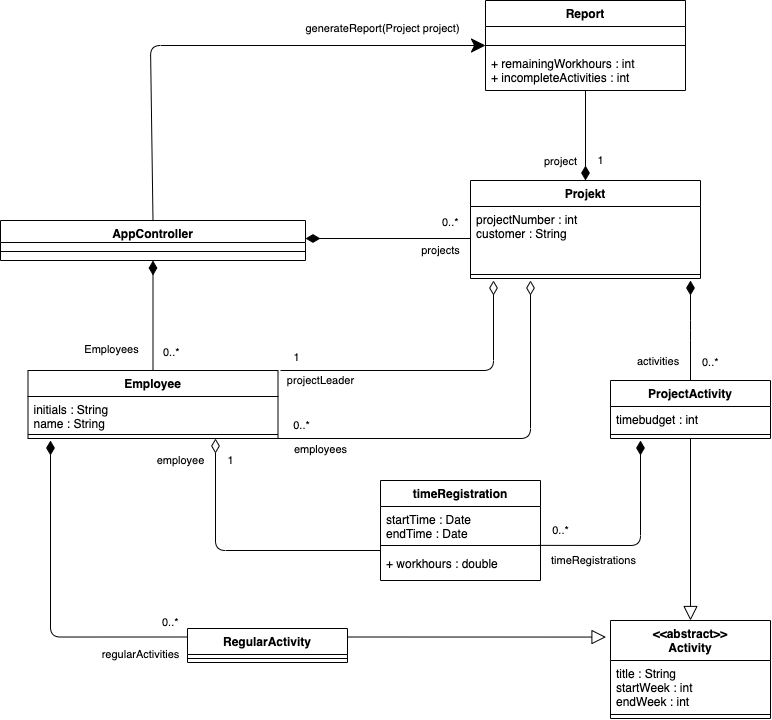
rwiuff/02161ExamProject keeps this draw.io diagram as RequirementsAndDesign/Diagrams/Klassediagram_eng.png. Above is the earlier version. Source tidied: cells renumbered, new cells last; positions are measured from the earlier drawing's top-left corner, leaving out a move shared by most shapes.
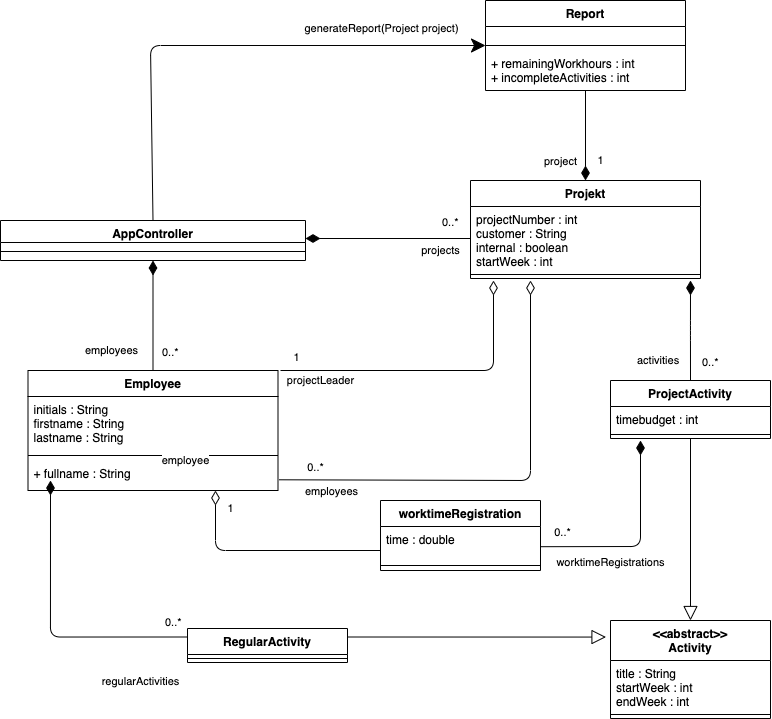
Later version of the same file.

Commit message:
uml ændringer

What changed in the source:
```diff
@@ -23,7 +23,7 @@
     <mxCell id="8" value="Projekt" style="swimlane;fontStyle=1;align=center;verticalAlign=top;horizontal=1;startSize=26;" parent="1" vertex="1">
       <mxGeometry x="470" y="180" width="230" height="98" as="geometry" />
     </mxCell>
-    <mxCell id="9" value="projectNumber : int&#10;customer : String&#10;" style="text;strokeColor=none;fillColor=none;align=left;verticalAlign=top;spacingLeft=4;spacingRight=4;overflow=hidden;" parent="8" vertex="1">
+    <mxCell id="9" value="projectNumber : int&#10;customer : String&#10;internal : boolean&#10;startWeek : int&#10;" style="text;strokeColor=none;fillColor=none;align=left;verticalAlign=top;spacingLeft=4;spacingRight=4;overflow=hidden;" parent="8" vertex="1">
       <mxGeometry y="26" width="230" height="64" as="geometry" />
     </mxCell>
     <mxCell id="10" style="line;strokeWidth=1;fillColor=none;align=left;verticalAlign=middle;spacingTop=-1;spacingLeft=3;spacingRight=3;labelPosition=right;strokeColor=inherit;" parent="8" vertex="1">
@@ -69,17 +69,20 @@
       </mxGeometry>
     </mxCell>
     <mxCell id="22" value="Employee" style="swimlane;fontStyle=1;align=center;verticalAlign=top;horizontal=1;startSize=26;" parent="1" vertex="1">
-      <mxGeometry x="27.5" y="370" width="250" height="68" as="geometry" />
+      <mxGeometry x="27.5" y="370" width="250" height="120" as="geometry" />
     </mxCell>
-    <mxCell id="23" value="initials : String&#10;name : String&#10;" style="text;strokeColor=none;fillColor=none;align=left;verticalAlign=top;spacingLeft=4;spacingRight=4;overflow=hidden;" parent="22" vertex="1">
-      <mxGeometry y="26" width="250" height="34" as="geometry" />
+    <mxCell id="23" value="initials : String&#10;firstname : String&#10;lastname : String&#10;" style="text;strokeColor=none;fillColor=none;align=left;verticalAlign=top;spacingLeft=4;spacingRight=4;overflow=hidden;" parent="22" vertex="1">
+      <mxGeometry y="26" width="250" height="54" as="geometry" />
     </mxCell>
     <mxCell id="24" style="line;strokeWidth=1;fillColor=none;align=left;verticalAlign=middle;spacingTop=-1;spacingLeft=3;spacingRight=3;labelPosition=right;strokeColor=inherit;" parent="22" vertex="1">
-      <mxGeometry y="60" width="250" height="8" as="geometry" />
+      <mxGeometry y="80" width="250" height="10" as="geometry" />
     </mxCell>
+    <mxCell id="54" value="+ fullname : String" style="text;strokeColor=none;fillColor=none;align=left;verticalAlign=top;spacingLeft=4;spacingRight=4;overflow=hidden;points=[[0,0.5],[1,0.5]];portConstraint=eastwest;" parent="22" vertex="1">
+      <mxGeometry y="90" width="250" height="30" as="geometry" />
+    </mxCell>
     <mxCell id="25" value="0..*" style="endArrow=none;html=1;endSize=12;startArrow=diamondThin;startSize=12;startFill=1;edgeStyle=orthogonalEdgeStyle;align=left;verticalAlign=bottom;entryX=0;entryY=0.25;entryDx=0;entryDy=0;endFill=0;" parent="1" edge="1" target="14">
       <mxGeometry x="0.84" y="6" relative="1" as="geometry">
-        <mxPoint x="50" y="440" as="sourcePoint" />
+        <mxPoint x="50" y="480" as="sourcePoint" />
         <Array as="points">
           <mxPoint x="50" y="636" />
         </Array>
@@ -98,7 +101,7 @@
         <mxPoint x="8" y="100" as="offset" />
       </mxGeometry>
     </mxCell>
-    <mxCell id="29" value="Employees" style="edgeLabel;html=1;align=center;verticalAlign=middle;" parent="27" vertex="1">
+    <mxCell id="29" value="employees" style="edgeLabel;html=1;align=center;verticalAlign=middle;" parent="27" vertex="1">
       <mxGeometry x="-0.25" y="-1" relative="1" as="geometry">
         <mxPoint x="-41" y="48" as="offset" />
       </mxGeometry>
@@ -122,11 +125,11 @@
     <mxCell id="33" value="0..*" style="edgeLabel;html=1;align=left;verticalAlign=bottom;" parent="1" vertex="1">
       <mxGeometry x="700" y="370" as="geometry" />
     </mxCell>
-    <mxCell id="34" style="endArrow=diamondThin;html=1;startSize=12;endSize=12;exitX=1;exitY=1;exitDx=0;exitDy=0;startArrow=none;startFill=0;endFill=0;" parent="1" edge="1" source="22">
+    <mxCell id="34" style="endArrow=diamondThin;html=1;startSize=12;endSize=12;exitX=1.005;exitY=0.643;exitDx=0;exitDy=0;startArrow=none;startFill=0;endFill=0;exitPerimeter=0;" parent="1" edge="1" source="54">
       <mxGeometry relative="1" as="geometry">
         <mxPoint x="530" y="280" as="targetPoint" />
         <Array as="points">
-          <mxPoint x="530" y="438" />
+          <mxPoint x="530" y="480" />
         </Array>
       </mxGeometry>
     </mxCell>
@@ -184,29 +187,26 @@
         <mxPoint x="17" y="16" as="offset" />
       </mxGeometry>
     </mxCell>
-    <mxCell id="45" value="timeRegistration" style="swimlane;fontStyle=1;align=center;verticalAlign=top;horizontal=1;startSize=26;" parent="1" vertex="1">
-      <mxGeometry x="380" y="480" width="160" height="100" as="geometry" />
+    <mxCell id="45" value="worktimeRegistration" style="swimlane;fontStyle=1;align=center;verticalAlign=top;horizontal=1;startSize=26;" parent="1" vertex="1">
+      <mxGeometry x="380" y="500" width="160" height="70" as="geometry" />
     </mxCell>
-    <mxCell id="46" value="startTime : Date&#10;endTime : Date" style="text;strokeColor=none;fillColor=none;align=left;verticalAlign=top;spacingLeft=4;spacingRight=4;overflow=hidden;points=[[0,0.5],[1,0.5]];portConstraint=eastwest;" parent="45" vertex="1">
+    <mxCell id="46" value="time : double" style="text;strokeColor=none;fillColor=none;align=left;verticalAlign=top;spacingLeft=4;spacingRight=4;overflow=hidden;points=[[0,0.5],[1,0.5]];portConstraint=eastwest;" parent="45" vertex="1">
       <mxGeometry y="26" width="160" height="34" as="geometry" />
     </mxCell>
     <mxCell id="47" style="line;strokeWidth=1;fillColor=none;align=left;verticalAlign=middle;spacingTop=-1;spacingLeft=3;spacingRight=3;labelPosition=right;points=[];portConstraint=eastwest;strokeColor=inherit;" parent="45" vertex="1">
       <mxGeometry y="60" width="160" height="10" as="geometry" />
     </mxCell>
-    <mxCell id="48" value="+ workhours : double" style="text;strokeColor=none;fillColor=none;align=left;verticalAlign=top;spacingLeft=4;spacingRight=4;overflow=hidden;" parent="45" vertex="1">
-      <mxGeometry y="70" width="160" height="30" as="geometry" />
-    </mxCell>
-    <mxCell id="49" style="endArrow=diamondThin;html=1;startSize=12;endSize=12;exitX=0.987;exitY=0.487;exitDx=0;exitDy=0;exitPerimeter=0;startArrow=none;startFill=0;endFill=1;" parent="1" edge="1" source="47">
+    <mxCell id="49" style="endArrow=diamondThin;html=1;startSize=12;endSize=12;exitX=0.997;exitY=0.594;exitDx=0;exitDy=0;exitPerimeter=0;startArrow=none;startFill=0;endFill=1;" parent="1" edge="1" source="46">
       <mxGeometry relative="1" as="geometry">
         <mxPoint x="640" y="440" as="targetPoint" />
         <Array as="points">
-          <mxPoint x="640" y="545" />
+          <mxPoint x="640" y="546" />
         </Array>
       </mxGeometry>
     </mxCell>
-    <mxCell id="50" value="timeRegistrations" style="edgeLabel;html=1;align=center;verticalAlign=middle;" parent="49" vertex="1">
+    <mxCell id="50" value="worktimeRegistrations" style="edgeLabel;html=1;align=center;verticalAlign=middle;" parent="49" vertex="1">
       <mxGeometry x="-0.48" relative="1" as="geometry">
-        <mxPoint y="15" as="offset" />
+        <mxPoint x="16" y="15" as="offset" />
       </mxGeometry>
     </mxCell>
     <mxCell id="51" value="0..*" style="edgeLabel;html=1;align=center;verticalAlign=middle;" parent="49" vertex="1">
```
